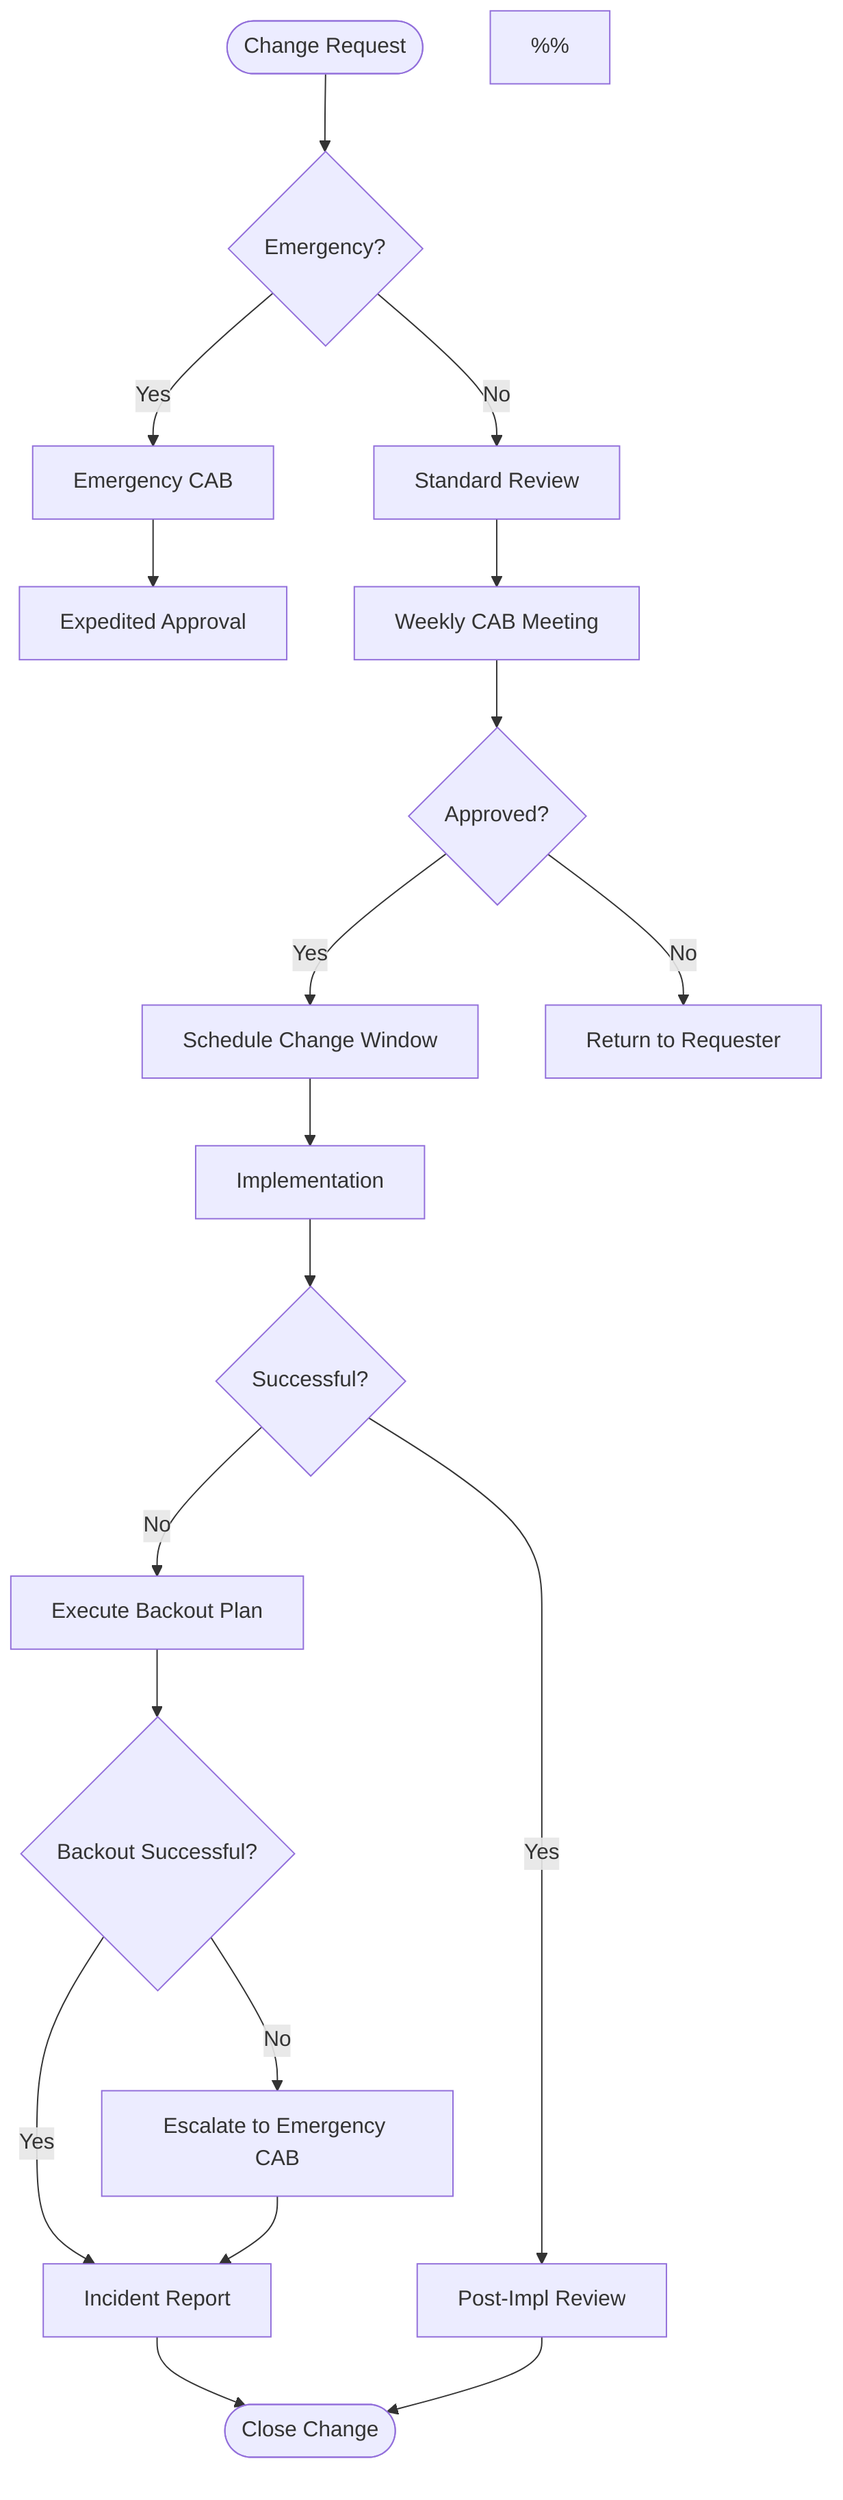
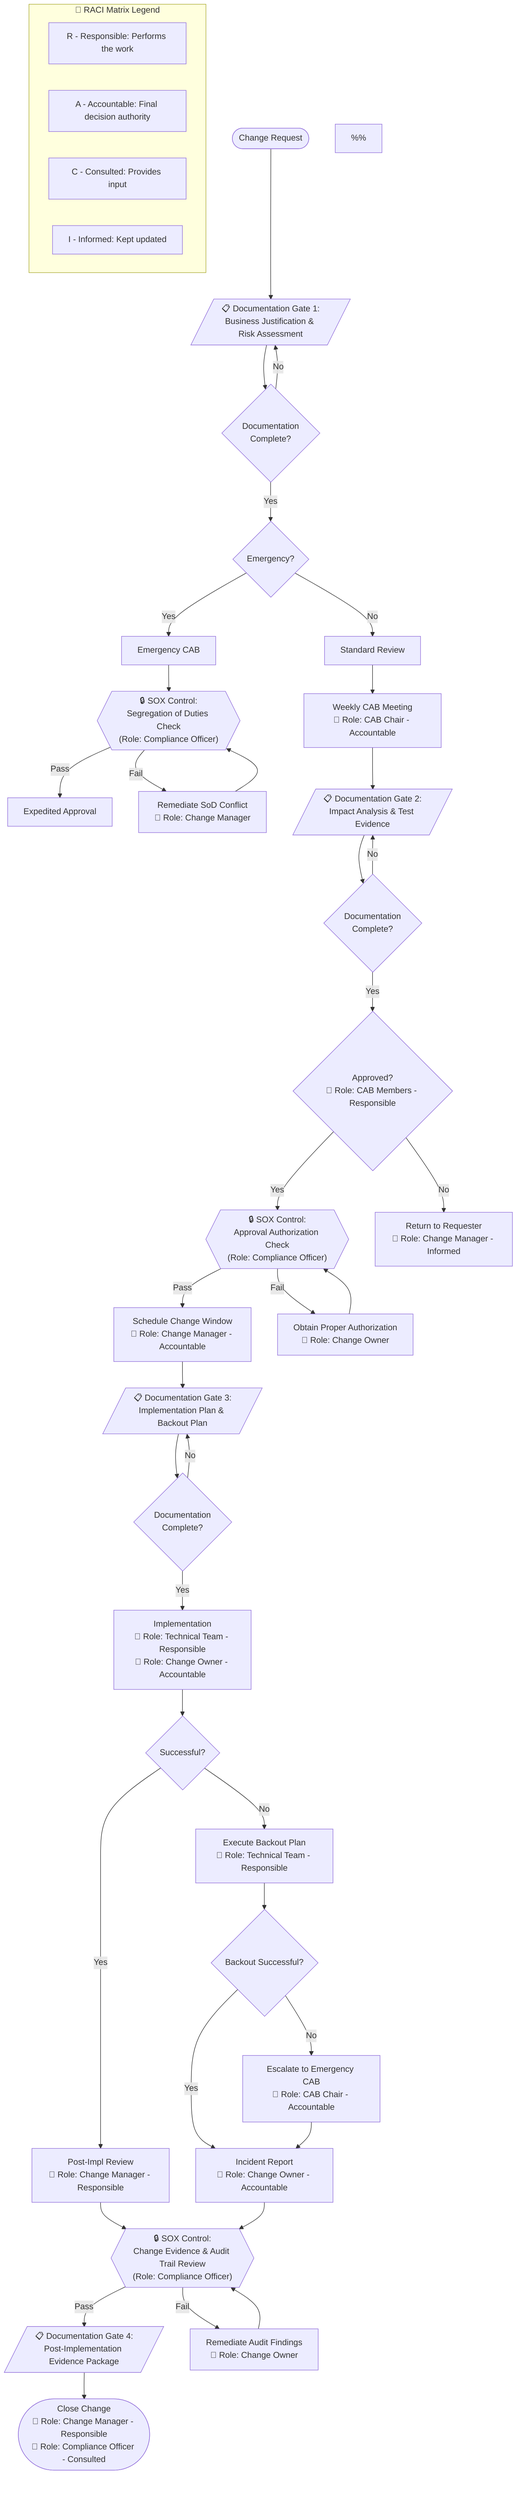
flowchart TD
-     A([Change Request]) --> B{Emergency?}
+     A([Change Request]) --> A1[/"📋 Documentation Gate 1:\nBusiness Justification & Risk Assessment"/]
+     %% ⚡ CHANGED SECTION - Documentation Gate 1
+     A1 --> A2{Documentation\nComplete?}
+     A2 --> |No| A1
+     A2 --> |Yes| B{Emergency?}
+     %% ⚡ END CHANGED SECTION
+ 
    B --> |Yes| C[Emergency CAB]
    B --> |No| D[Standard Review]
-     C --> E[Expedited Approval]
-     D --> F[Weekly CAB Meeting]
-     F --> G{Approved?}
-     G --> |Yes| H[Schedule Change Window]
-     G --> |No| I[Return to Requester]
-     H --> J[Implementation]
+ 
+     %% ⚡ CHANGED SECTION - SOX Compliance Check 1
+     C --> C1{{"🔒 SOX Control:\nSegregation of Duties Check\n(Role: Compliance Officer)"}}
+     C1 --> |Pass| E[Expedited Approval]
+     C1 --> |Fail| C2[Remediate SoD Conflict\n👤 Role: Change Manager]
+     C2 --> C1
+     %% ⚡ END CHANGED SECTION
+ 
+     D --> F[Weekly CAB Meeting\n👤 Role: CAB Chair - Accountable]
+ 
+     %% ⚡ CHANGED SECTION - Documentation Gate 2
+     F --> F1[/"📋 Documentation Gate 2:\nImpact Analysis & Test Evidence"/]
+     F1 --> F2{Documentation\nComplete?}
+     F2 --> |No| F1
+     F2 --> |Yes| G{Approved?\n👤 Role: CAB Members - Responsible}
+     %% ⚡ END CHANGED SECTION
+ 
+     G --> |Yes| G1{{"🔒 SOX Control:\nApproval Authorization Check\n(Role: Compliance Officer)"}}
+     %% ⚡ CHANGED SECTION - SOX Compliance Check 2
+     G1 --> |Pass| H[Schedule Change Window\n👤 Role: Change Manager - Accountable]
+     G1 --> |Fail| G2[Obtain Proper Authorization\n👤 Role: Change Owner]
+     G2 --> G1
+     %% ⚡ END CHANGED SECTION
+ 
+     G --> |No| I[Return to Requester\n👤 Role: Change Manager - Informed]
+ 
+     %% ⚡ CHANGED SECTION - Documentation Gate 3
+     H --> H1[/"📋 Documentation Gate 3:\nImplementation Plan & Backout Plan"/]
+     H1 --> H2{Documentation\nComplete?}
+     H2 --> |No| H1
+     H2 --> |Yes| J[Implementation\n👤 Role: Technical Team - Responsible\n👤 Role: Change Owner - Accountable]
+     %% ⚡ END CHANGED SECTION
+ 
    J --> K{Successful?}
-     K --> |Yes| L[Post-Impl Review]
-     %% ⚡ CHANGED SECTION
-     K --> |No| M1[Execute Backout Plan]
+     K --> |Yes| L[Post-Impl Review\n👤 Role: Change Manager - Responsible]
+ 
+     K --> |No| M1[Execute Backout Plan\n👤 Role: Technical Team - Responsible]
    M1 --> M2{Backout Successful?}
-     M2 --> |Yes| M3[Incident Report]
-     M2 --> |No| M4[Escalate to Emergency CAB]
+     M2 --> |Yes| M3[Incident Report\n👤 Role: Change Owner - Accountable]
+     M2 --> |No| M4[Escalate to Emergency CAB\n👤 Role: CAB Chair - Accountable]
    M4 --> M3
-     M3 --> N([Close Change])
+ 
+     %% ⚡ CHANGED SECTION - SOX Compliance Check 3 & Final Documentation Gate
+     L --> L1{{"🔒 SOX Control:\nChange Evidence & Audit Trail Review\n(Role: Compliance Officer)"}}
+     L1 --> |Pass| L2[/"📋 Documentation Gate 4:\nPost-Implementation Evidence Package"/]
+     L1 --> |Fail| L3[Remediate Audit Findings\n👤 Role: Change Owner]
+     L3 --> L1
+     L2 --> N([Close Change\n👤 Role: Change Manager - Responsible\n👤 Role: Compliance Officer - Consulted])
+     M3 --> L1
    %% ⚡ END CHANGED SECTION
-     L --> N
+ 
+     %% ⚡ CHANGED SECTION - RACI Legend
+     subgraph RACI_Legend["📌 RACI Matrix Legend"]
+         R1["R - Responsible: Performs the work"]
+         R2["A - Accountable: Final decision authority"]
+         R3["C - Consulted: Provides input"]
+         R4["I - Informed: Kept updated"]
+     end
+     %% ⚡ END CHANGED SECTION

%% ========================================================
%% CLAUDE'S CHANGE INTERPRETATION
%% ========================================================
- %% OBJECTIVE: Ensure failed implementations follow a structured rollback procedure before incident reporting, minimizing service disruption during change windows.
+ %% OBJECTIVE: Ensure the change management process meets SOX audit requirements by embedding mandatory compliance checkpoints, role accountability via RACI labels, and documentation gates that prevent changes from progressing without proper evidence and authorization.
%%
%% EXPLANATION:
- %% Inserted an "Execute Backout Plan" step between a failed implementation and the incident report. When implementation fails, the backout plan is executed first. A decision node checks whether the backout was successful — if not, the issue is escalated to Emergency CAB before proceeding to the incident report and change closure.
+ %% Added four documentation gates (business justification, impact analysis/test evidence, implementation/backout plans, and post-implementation evidence package) as parallelogram-shaped nodes with completion loops. Inserted three SOX compliance control checkpoints (segregation of duties, approval authorization, and audit trail review) as hexagonal decision nodes with remediation loops for failures. Labeled all process steps with RACI roles (Change Manager, Change Owner, CAB Chair, Technical Team, Compliance Officer) indicating Responsible, Accountable, Consulted, or Informed designations. Added a RACI legend subgraph for reference. Rerouted the incident report path through the final SOX audit trail review to ensure failed changes also undergo compliance verification before closure.
%% ========================================================
